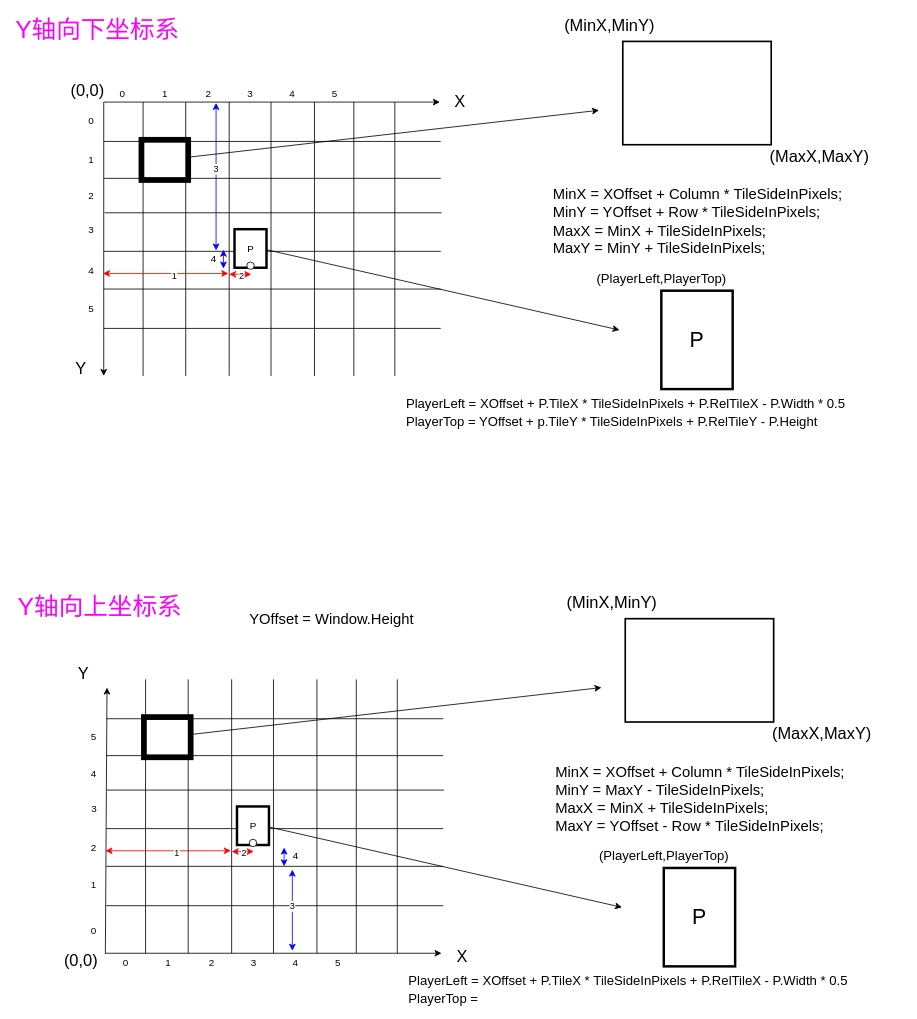
xiaodongYao/DrawIO keeps this draw.io diagram as 画图.drawio. Above is the earlier version. Source tidied: cells renumbered, new cells numbered last; positions are measured from the earlier drawing's top-left corner, leaving out a move shared by most shapes. Both pictures are drawn from the tidied source at 82%, with x=0, y=0 at pixel (14, 14).
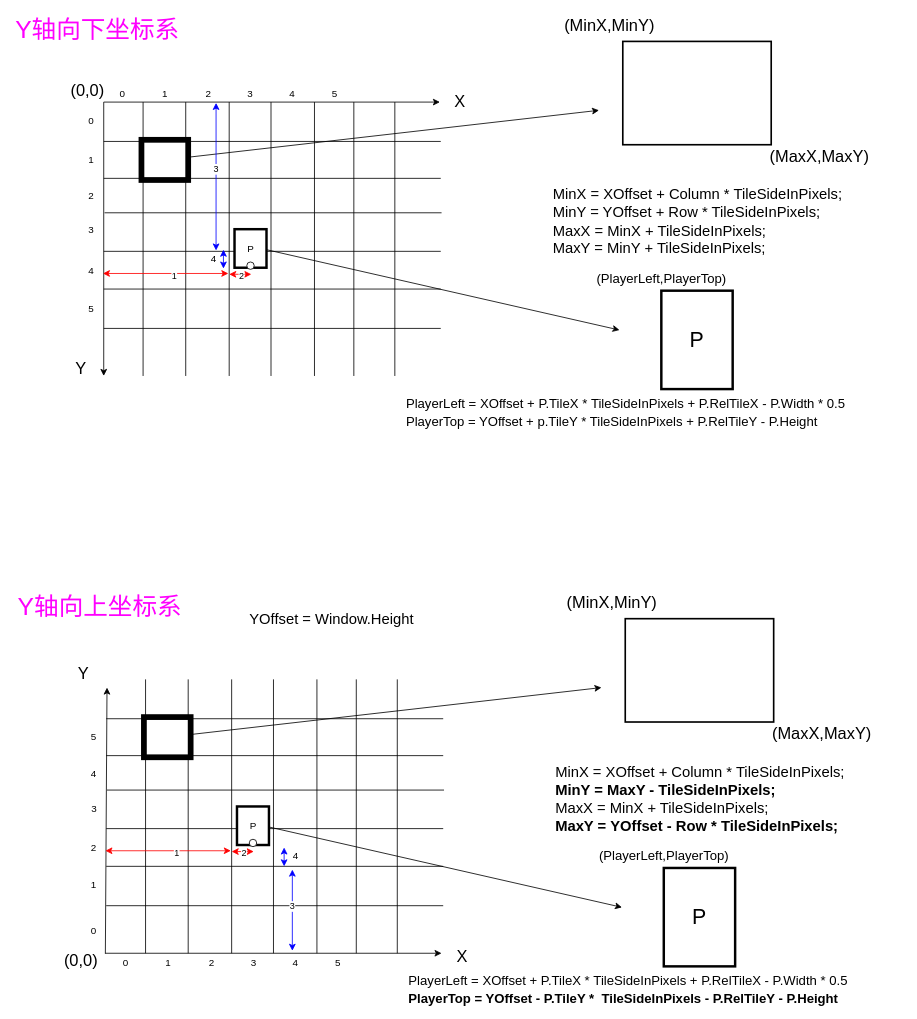
Above is the later version.

Diff of the diagram source:
```diff
@@
-    <mxCell id="93" value="MinY = MaxY - TileSideInPixels;&amp;nbsp;&amp;nbsp;" style="text;html=1;whiteSpace=wrap;strokeColor=none;fillColor=none;align=left;verticalAlign=middle;rounded=0;fontSize=18;" parent="1" vertex="1">
+    <mxCell id="93" value="MinY = MaxY - TileSideInPixels;&amp;nbsp;&amp;nbsp;" style="text;html=1;whiteSpace=wrap;strokeColor=none;fillColor=none;align=left;verticalAlign=middle;rounded=0;fontSize=18;fontStyle=1;" parent="1" vertex="1">
       <mxGeometry x="658" y="937" width="426" height="17" as="geometry" />
     </mxCell>
@@
-    <mxCell id="95" value="MaxY =&amp;nbsp;&lt;span style=&quot;background-color: rgb(255, 255, 255);&quot;&gt;YOffset - Row *&amp;nbsp;&lt;/span&gt;TileSideInPixels;&amp;nbsp;&amp;nbsp;" style="text;html=1;whiteSpace=wrap;strokeColor=none;fillColor=none;align=left;verticalAlign=middle;rounded=0;fontSize=18;" parent="1" vertex="1">
+    <mxCell id="95" value="MaxY =&amp;nbsp;&lt;span style=&quot;background-color: rgb(255, 255, 255);&quot;&gt;YOffset - Row *&amp;nbsp;&lt;/span&gt;TileSideInPixels;&amp;nbsp;&amp;nbsp;" style="text;html=1;whiteSpace=wrap;strokeColor=none;fillColor=none;align=left;verticalAlign=middle;rounded=0;fontSize=18;fontStyle=1;" parent="1" vertex="1">
       <mxGeometry x="658" y="979" width="368" height="21" as="geometry" />
     </mxCell>
@@
-    <mxCell id="110" value="PlayerTop =&amp;nbsp;" style="text;html=1;whiteSpace=wrap;strokeColor=none;fillColor=none;align=left;verticalAlign=middle;rounded=0;fontSize=16;" parent="1" vertex="1">
+    <mxCell id="110" value="PlayerTop = YOffset - P.TileY *&amp;nbsp; TileSideInPixels - P.RelTileY - P.Height" style="text;html=1;whiteSpace=wrap;strokeColor=none;fillColor=none;align=left;verticalAlign=middle;rounded=0;fontSize=16;fontStyle=1;" parent="1" vertex="1">
       <mxGeometry x="479" y="1190" width="574" height="19" as="geometry" />
     </mxCell>
```
